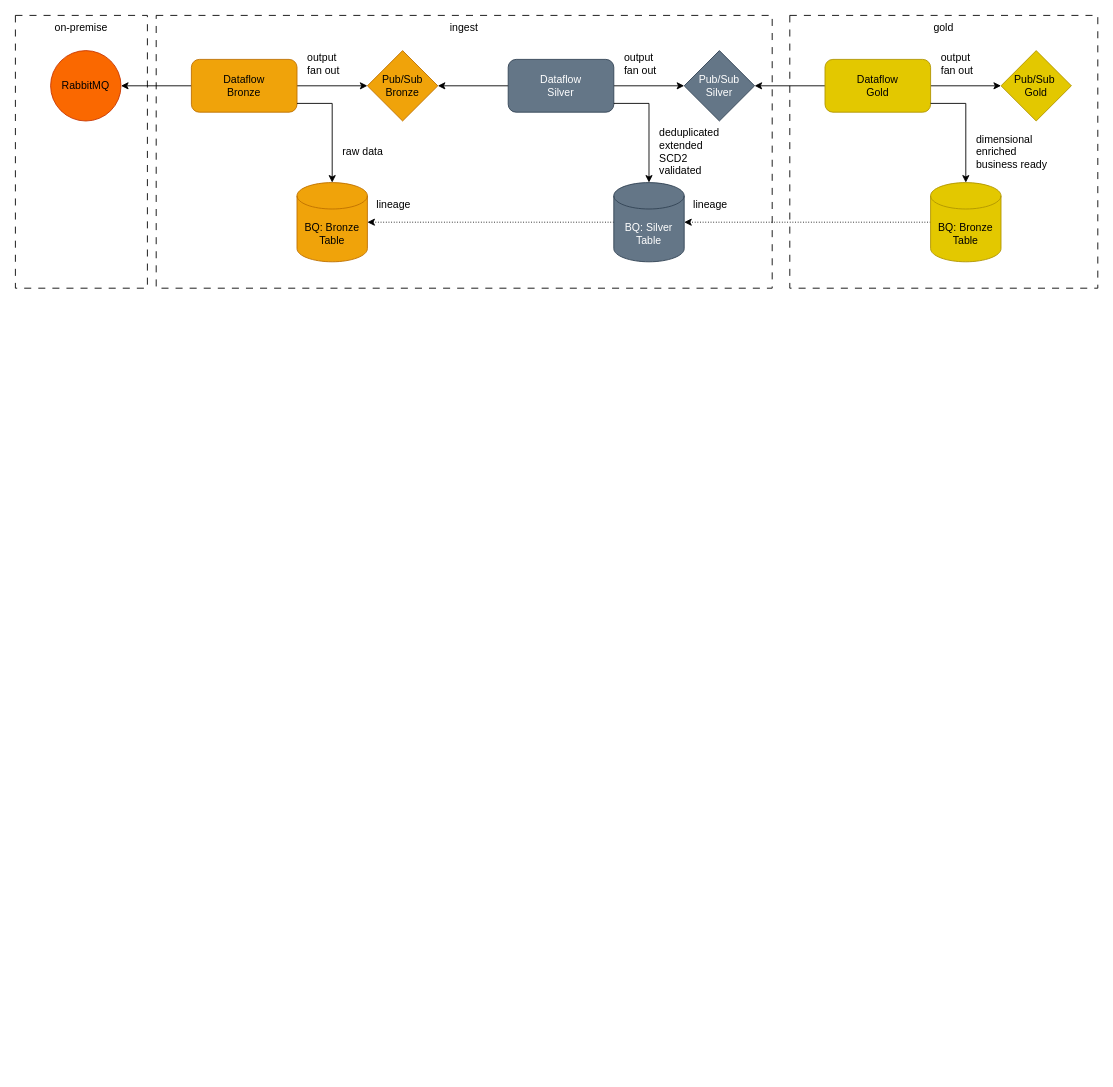
Earlier version of the draw.io diagram real-time-medallion.drawio (JarekMaleszyk/diagrams). Source tidied: cells renumbered, new cells numbered last; positions are measured from the earlier drawing's top-left corner, leaving out a move shared by most shapes. Both pictures are drawn from the tidied source at 88%, with x=0, y=0 at pixel (15, 15).
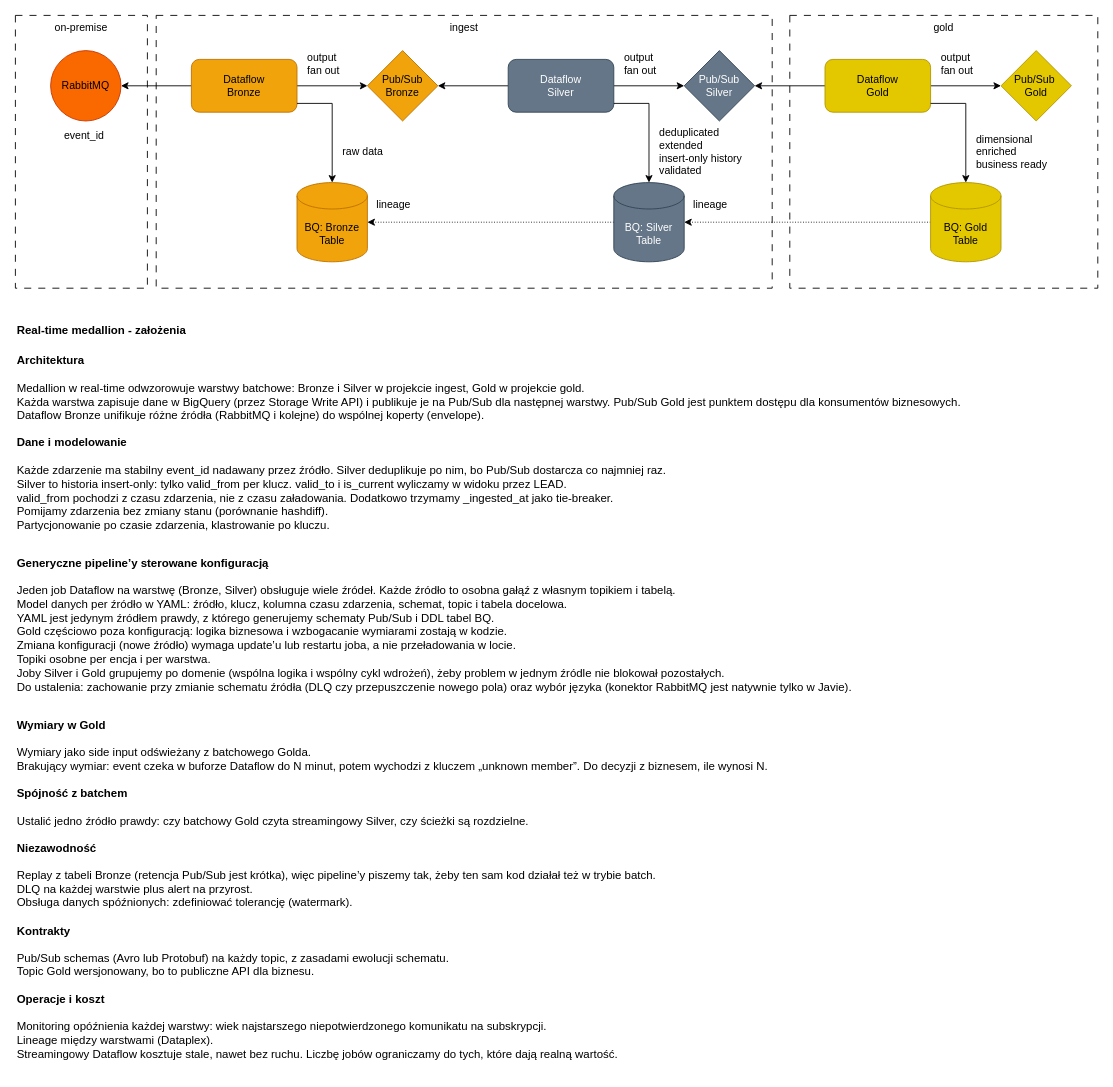
The same diagram, later.

What changed in the source:
```diff
@@
-    <mxCell id="20" value="BQ: Bronze Table" style="shape=cylinder3;whiteSpace=wrap;html=1;boundedLbl=1;backgroundOutline=1;size=15;fillColor=#e3c800;fontColor=#000000;strokeColor=#B09500;" parent="1" vertex="1">
+    <mxCell id="20" value="BQ: Gold Table" style="shape=cylinder3;whiteSpace=wrap;html=1;boundedLbl=1;backgroundOutline=1;size=15;fillColor=#e3c800;fontColor=#000000;strokeColor=#B09500;" parent="1" vertex="1">
       <mxGeometry x="1040" y="190" width="80" height="90" as="geometry" />
     </mxCell>
@@
-    <mxCell id="30" value="deduplicated&amp;nbsp;&lt;br&gt;extended&lt;br&gt;SCD2&lt;br&gt;&lt;span class=&quot;HwtZe&quot; lang=&quot;en&quot;&gt;&lt;span class=&quot;jCAhz ChMk0b&quot;&gt;&lt;span class=&quot;ryNqvb&quot;&gt;validated&lt;/span&gt;&lt;/span&gt;&lt;/span&gt;&amp;nbsp;" style="text;html=1;whiteSpace=wrap;strokeColor=none;fillColor=none;align=left;verticalAlign=middle;rounded=0;" parent="1" vertex="1">
-      <mxGeometry x="730" y="130" width="90" height="50" as="geometry" />
+    <mxCell id="30" value="deduplicated&amp;nbsp;&lt;br&gt;extended&lt;br&gt;insert-only history&lt;br&gt;&lt;span class=&quot;HwtZe&quot; lang=&quot;en&quot;&gt;&lt;span class=&quot;jCAhz ChMk0b&quot;&gt;&lt;span class=&quot;ryNqvb&quot;&gt;validated&lt;/span&gt;&lt;/span&gt;&lt;/span&gt;&amp;nbsp;" style="text;html=1;whiteSpace=wrap;strokeColor=none;fillColor=none;align=left;verticalAlign=middle;rounded=0;" parent="1" vertex="1">
+      <mxGeometry x="730" y="130" width="127" height="50" as="geometry" />
     </mxCell>
@@
+    <mxCell id="34" value="event_id&amp;nbsp;" style="text;html=1;whiteSpace=wrap;strokeColor=none;fillColor=none;align=center;verticalAlign=middle;rounded=0;" parent="1" vertex="1">
+      <mxGeometry x="23" y="122" width="114" height="30" as="geometry" />
+    </mxCell>
+    <mxCell id="35" value="&lt;h1 style=&quot;margin-top: 0px;&quot;&gt;&lt;font style=&quot;font-size: 13px;&quot;&gt;Real-time medallion - założenia&lt;/font&gt;&lt;/h1&gt;&lt;p&gt;&lt;font style=&quot;font-size: 13px;&quot;&gt;&lt;b&gt;Architektura&lt;/b&gt;&lt;br&gt;&lt;br&gt;Medallion w real-time odwzorowuje warstwy batchowe: Bronze i Silver w projekcie ingest, Gold w projekcie gold.&lt;br&gt;Każda warstwa zapisuje dane w BigQuery (przez Storage Write API) i publikuje je na Pub/Sub dla następnej warstwy. Pub/Sub Gold jest punktem dostępu dla konsumentów biznesowych.&lt;br&gt;Dataflow Bronze unifikuje różne źródła (RabbitMQ i kolejne) do wspólnej koperty (envelope).&lt;br&gt;&lt;br&gt;&lt;b&gt;Dane i modelowanie&lt;/b&gt;&lt;br&gt;&lt;br&gt;Każde zdarzenie ma stabilny event_id nadawany przez źródło. Silver deduplikuje po nim, bo Pub/Sub dostarcza co najmniej raz.&lt;br&gt;Silver to historia insert-only: tylko valid_from per klucz. valid_to i is_current wyliczamy w widoku przez LEAD.&lt;br&gt;valid_from pochodzi z czasu zdarzenia, nie z czasu załadowania. Dodatkowo trzymamy _ingested_at jako tie-breaker.&lt;br&gt;Pomijamy zdarzenia bez zmiany stanu (porównanie hashdiff).&lt;br&gt;Partycjonowanie po czasie zdarzenia, klastrowanie po kluczu.&lt;br&gt;&lt;br&gt;&lt;/font&gt;&lt;/p&gt;&lt;p&gt;&lt;font style=&quot;font-size: 13px;&quot;&gt;&lt;b&gt;Generyczne pipeline’y sterowane konfiguracją&lt;/b&gt;&lt;br&gt;&lt;br&gt;Jeden job Dataflow na warstwę (Bronze, Silver) obsługuje wiele źródeł. Każde źródło to osobna gałąź z własnym topikiem i tabelą.&lt;br&gt;Model danych per źródło w YAML: źródło, klucz, kolumna czasu zdarzenia, schemat, topic i tabela docelowa.&lt;br&gt;YAML jest jedynym źródłem prawdy, z którego generujemy schematy Pub/Sub i DDL tabel BQ.&lt;br&gt;Gold częściowo poza konfiguracją: logika biznesowa i wzbogacanie wymiarami zostają w kodzie.&lt;br&gt;Zmiana konfiguracji (nowe źródło) wymaga update’u lub restartu joba, a nie przeładowania w locie.&lt;br&gt;Topiki osobne per encja i per warstwa.&lt;br&gt;Joby Silver i Gold grupujemy po domenie (wspólna logika i wspólny cykl wdrożeń), żeby problem w jednym źródle nie blokował pozostałych.&lt;br&gt;Do ustalenia: zachowanie przy zmianie schematu źródła (DLQ czy przepuszczenie nowego pola) oraz wybór języka (konektor RabbitMQ jest natywnie tylko w Javie).&lt;/font&gt;&lt;/p&gt;&lt;p&gt;&lt;font style=&quot;font-size: 13px;&quot;&gt;&lt;br&gt;&lt;b&gt;Wymiary w Gold&lt;/b&gt;&lt;br&gt;&lt;br&gt;Wymiary jako side input odświeżany z batchowego Golda.&lt;br&gt;Brakujący wymiar: event czeka w buforze Dataflow do N minut, potem wychodzi z kluczem „unknown member”. Do decyzji z biznesem, ile wynosi N.&lt;br&gt;&lt;br&gt;&lt;b&gt;Spójność z batchem&lt;/b&gt;&lt;br&gt;&lt;br&gt;Ustalić jedno źródło prawdy: czy batchowy Gold czyta streamingowy Silver, czy ścieżki są rozdzielne.&lt;br&gt;&lt;br&gt;&lt;b&gt;Niezawodność&lt;/b&gt;&lt;br&gt;&lt;br&gt;Replay z tabeli Bronze (retencja Pub/Sub jest krótka), więc pipeline’y piszemy tak, żeby ten sam kod działał też w trybie batch.&lt;br&gt;DLQ na każdej warstwie plus alert na przyrost.&lt;br&gt;Obsługa danych spóźnionych: zdefiniować tolerancję (watermark).&lt;br&gt;&lt;br&gt;&lt;b&gt;Kontrakty&lt;/b&gt;&lt;br&gt;&lt;br&gt;Pub/Sub schemas (Avro lub Protobuf) na każdy topic, z zasadami ewolucji schematu.&lt;br&gt;Topic Gold wersjonowany, bo to publiczne API dla biznesu.&lt;br&gt;&lt;br&gt;&lt;b&gt;Operacje i koszt&lt;br&gt;&lt;/b&gt;&lt;br&gt;Monitoring opóźnienia każdej warstwy: wiek najstarszego niepotwierdzonego komunikatu na subskrypcji.&lt;br&gt;Lineage między warstwami (Dataplex).&lt;br&gt;Streamingowy Dataflow kosztuje stale, nawet bez ruchu. Liczbę jobów ograniczamy do tych, które dają realną wartość.&lt;/font&gt;&lt;/p&gt;" style="text;html=1;whiteSpace=wrap;overflow=hidden;rounded=0;" parent="1" vertex="1">
+      <mxGeometry y="333" width="1230" height="864" as="geometry" />
+    </mxCell>
```
